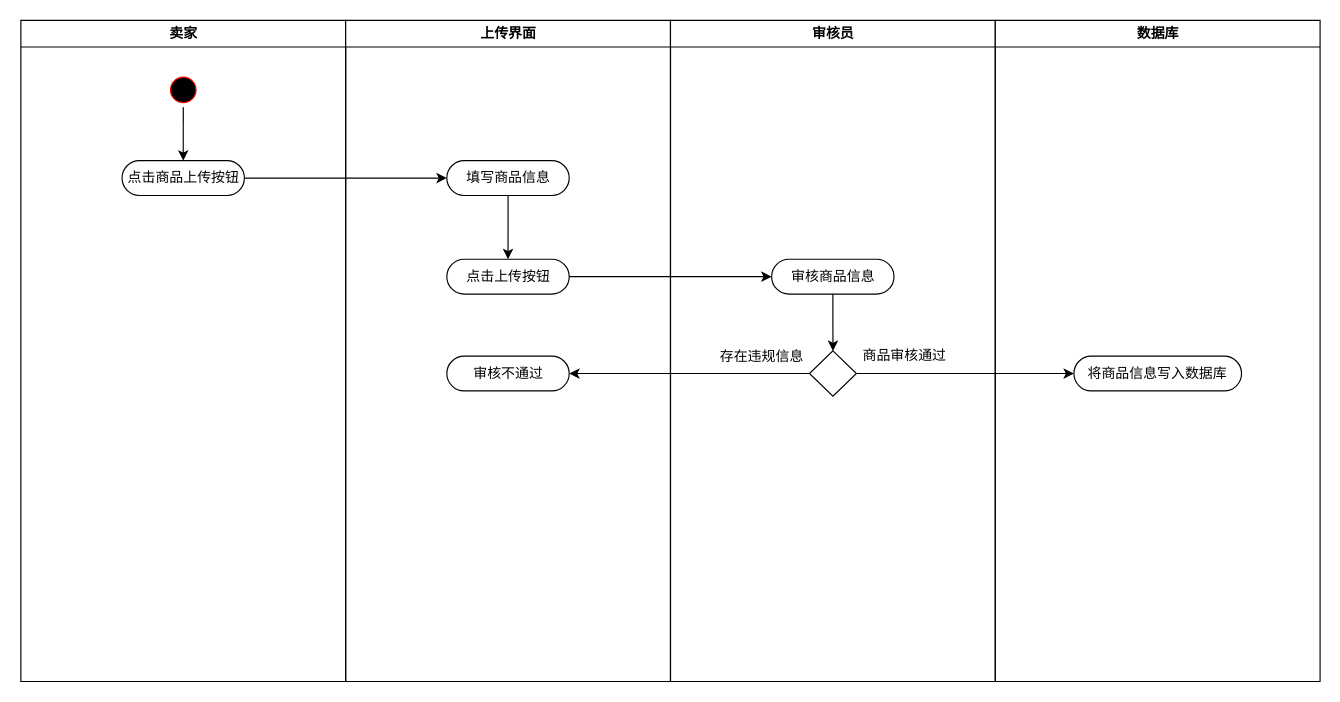
Above: 商品上传活动图.drawio in 200928/image (draw.io), before the change. Source tidied: cells renumbered, new cells numbered last; positions are measured from the earlier drawing's top-left corner, leaving out a move shared by most shapes. Both pictures are drawn from the tidied source at 116%, with x=0, y=0 at pixel (20, 20).
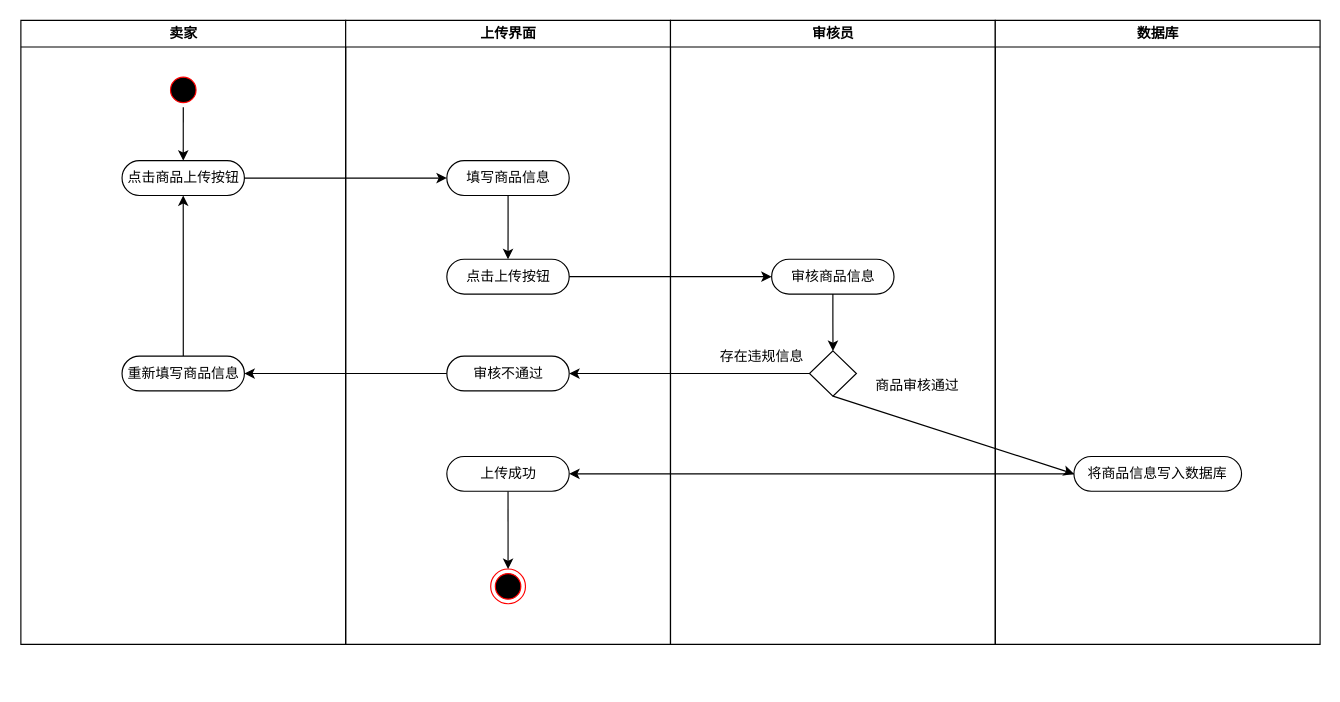
The same diagram, later.

Commit message (it also covers changes not shown here):
更新商品上传活动图.drawio

The change refers to these unchanged cells:
```xml
<mxCell id="5" value="点击商品上传按钮" style="rounded=1;whiteSpace=wrap;html=1;arcSize=50;" parent="2" vertex="1">
  <mxGeometry x="87.2" y="121" width="105.5" height="30" as="geometry" />
</mxCell>
<mxCell id="10" value="审核不通过" style="rounded=1;whiteSpace=wrap;html=1;arcSize=50;" parent="6" vertex="1">
  <mxGeometry x="87.2" y="289.5" width="105.5" height="30" as="geometry" />
</mxCell>
<mxCell id="14" style="rhombus;whiteSpace=wrap;html=1;" parent="11" vertex="1">
  <mxGeometry x="119.8" y="285" width="40.5" height="39" as="geometry" />
</mxCell>
```

The edit, as a diff of the source:
```diff
@@
     <mxCell id="2" value="卖家" style="swimlane;whiteSpace=wrap;" parent="1" vertex="1">
-      <mxGeometry x="0.5" width="280" height="570" as="geometry" />
+      <mxGeometry x="0.5" width="280" height="538" as="geometry" />
     </mxCell>
@@
+    <mxCell id="23" style="edgeStyle=orthogonalEdgeStyle;rounded=0;jettySize=auto;html=1;entryX=0.5;entryY=1;entryDx=0;entryDy=0;" parent="2" edge="1" source="24" target="5">
+      <mxGeometry relative="1" as="geometry" />
+    </mxCell>
+    <mxCell id="24" value="重新填写商品信息" style="rounded=1;whiteSpace=wrap;html=1;arcSize=50;" parent="2" vertex="1">
+      <mxGeometry x="87.2" y="289.5" width="105.5" height="30" as="geometry" />
+    </mxCell>
     <mxCell id="6" value="上传界面" style="swimlane;whiteSpace=wrap;" parent="1" vertex="1">
-      <mxGeometry x="280.5" width="280" height="570" as="geometry" />
+      <mxGeometry x="280.5" width="280" height="538" as="geometry" />
     </mxCell>
@@
+    <mxCell id="25" style="ellipse;html=1;shape=endState;fillColor=#000000;strokeColor=#ff0000;" parent="6" vertex="1">
+      <mxGeometry x="125" y="473" width="30" height="30" as="geometry" />
+    </mxCell>
+    <mxCell id="26" style="edgeStyle=none;rounded=0;jettySize=auto;html=1;entryX=0.5;entryY=0;entryDx=0;entryDy=0;" parent="6" edge="1" source="27" target="25">
+      <mxGeometry relative="1" as="geometry" />
+    </mxCell>
+    <mxCell id="27" value="上传成功" style="rounded=1;whiteSpace=wrap;html=1;arcSize=50;" parent="6" vertex="1">
+      <mxGeometry x="87.2" y="376" width="105.5" height="30" as="geometry" />
+    </mxCell>
     <mxCell id="11" value="审核员" style="swimlane;whiteSpace=wrap;" parent="1" vertex="1">
-      <mxGeometry x="560.5" width="280" height="570" as="geometry" />
+      <mxGeometry x="560.5" width="280" height="538" as="geometry" />
     </mxCell>
@@
     <mxCell id="15" value="商品审核通过" style="text;html=1;align=center;verticalAlign=middle;strokeColor=none;fillColor=none;" parent="11" vertex="1">
-      <mxGeometry x="160.2" y="280" width="82" height="18" as="geometry" />
+      <mxGeometry x="171.5" y="306" width="82" height="18" as="geometry" />
     </mxCell>
     <mxCell id="16" value="数据库" style="swimlane;whiteSpace=wrap;" parent="1" vertex="1">
-      <mxGeometry x="840.5" width="280" height="570" as="geometry" />
+      <mxGeometry x="840.5" width="280" height="538" as="geometry" />
     </mxCell>
     <mxCell id="17" value="将商品信息写入数据库" style="rounded=1;whiteSpace=wrap;html=1;arcSize=50;" parent="16" vertex="1">
-      <mxGeometry x="67.8" y="289.5" width="144.5" height="30" as="geometry" />
+      <mxGeometry x="67.8" y="376" width="144.5" height="30" as="geometry" />
     </mxCell>
@@
-    <mxCell id="22" style="edgeStyle=orthogonalEdgeStyle;rounded=0;jettySize=auto;html=1;entryX=0;entryY=0.5;entryDx=0;entryDy=0;" parent="1" edge="1" source="14" target="17">
+    <mxCell id="22" style="rounded=0;jettySize=auto;html=1;entryX=0;entryY=0.5;entryDx=0;entryDy=0;exitX=0.5;exitY=1;exitDx=0;exitDy=0;" parent="1" edge="1" source="14" target="17">
       <mxGeometry relative="1" as="geometry" />
     </mxCell>
+    <mxCell id="28" style="edgeStyle=orthogonalEdgeStyle;rounded=0;jettySize=auto;html=1;entryX=1;entryY=0.5;entryDx=0;entryDy=0;" parent="1" edge="1" source="10" target="24">
+      <mxGeometry relative="1" as="geometry" />
+    </mxCell>
+    <mxCell id="29" style="edgeStyle=none;rounded=0;jettySize=auto;html=1;entryX=1;entryY=0.5;entryDx=0;entryDy=0;" parent="1" edge="1" source="17" target="27">
+      <mxGeometry relative="1" as="geometry" />
+    </mxCell>
```
